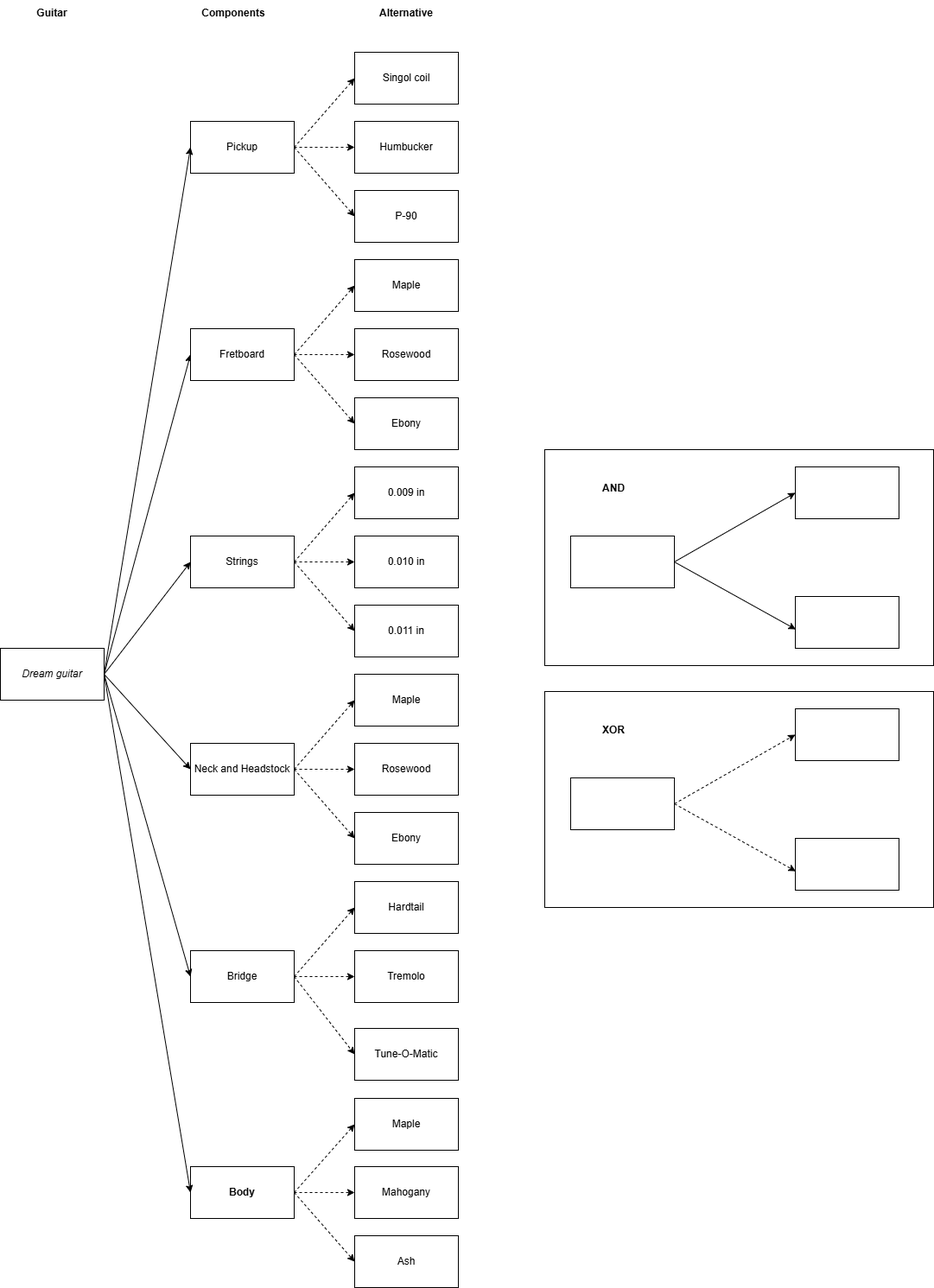
Earlier version of the draw.io export Dictionary.drawio.png (TizianoLilli/ISPW-Project). Source tidied: cells renumbered, new cells last; positions are measured from the earlier drawing's top-left corner, leaving out a move shared by most shapes.
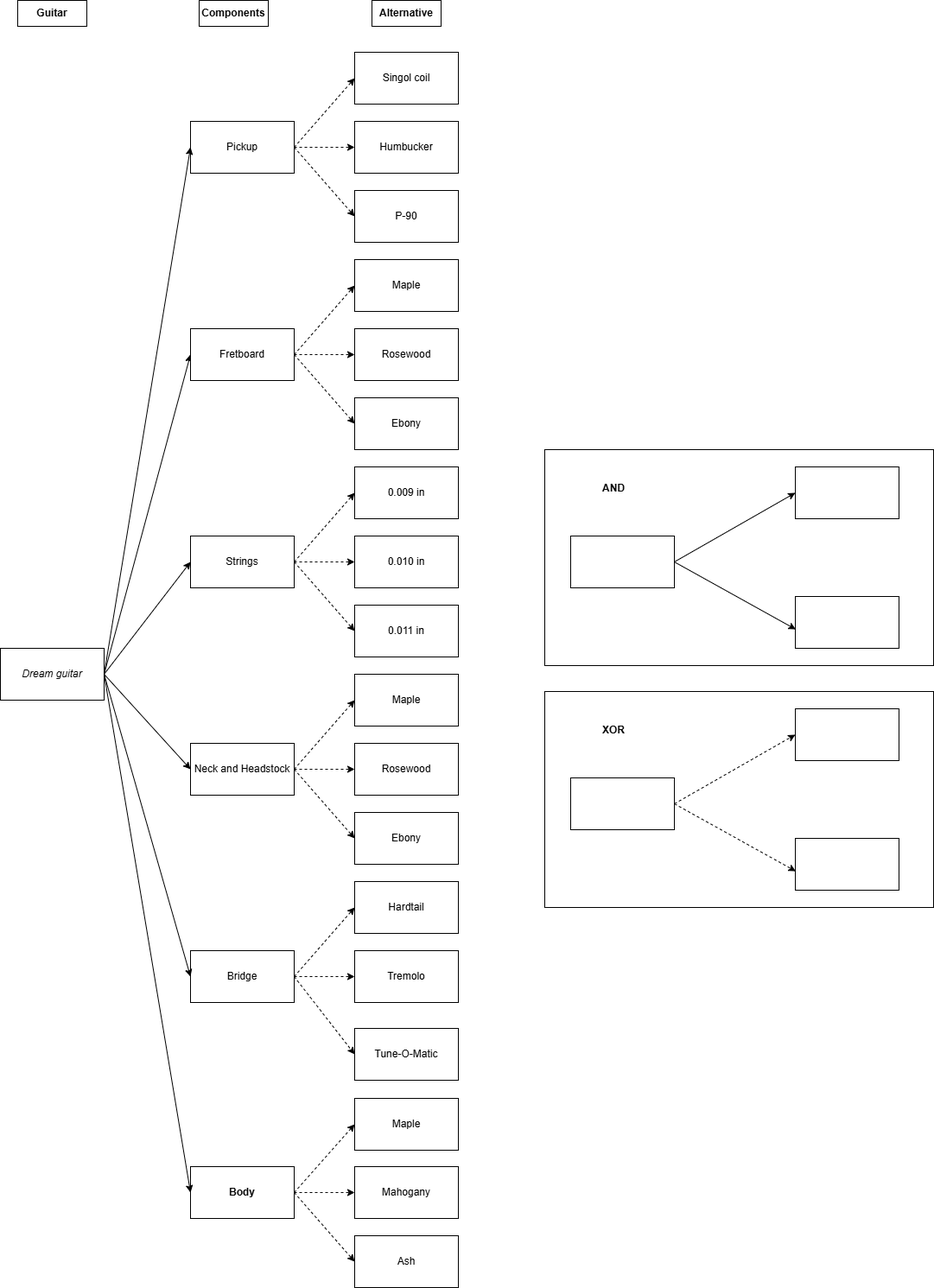
The same file after the commit.

What changed in the source:
```diff
@@ -2,6 +2,15 @@
   <root>
     <mxCell id="0" />
     <mxCell id="1" parent="0" />
+    <mxCell id="68" style="rounded=0;whiteSpace=wrap;html=1;labelBackgroundColor=none;" parent="1" vertex="1">
+      <mxGeometry x="430" width="80" height="30" as="geometry" />
+    </mxCell>
+    <mxCell id="69" style="rounded=0;whiteSpace=wrap;html=1;labelBackgroundColor=none;" parent="1" vertex="1">
+      <mxGeometry x="230" width="80" height="30" as="geometry" />
+    </mxCell>
+    <mxCell id="70" style="rounded=0;whiteSpace=wrap;html=1;labelBackgroundColor=none;" parent="1" vertex="1">
+      <mxGeometry x="20" width="80" height="30" as="geometry" />
+    </mxCell>
     <mxCell id="2" style="rounded=0;whiteSpace=wrap;html=1;" parent="1" vertex="1">
       <mxGeometry x="630" y="520" width="450" height="250" as="geometry" />
     </mxCell>
```
